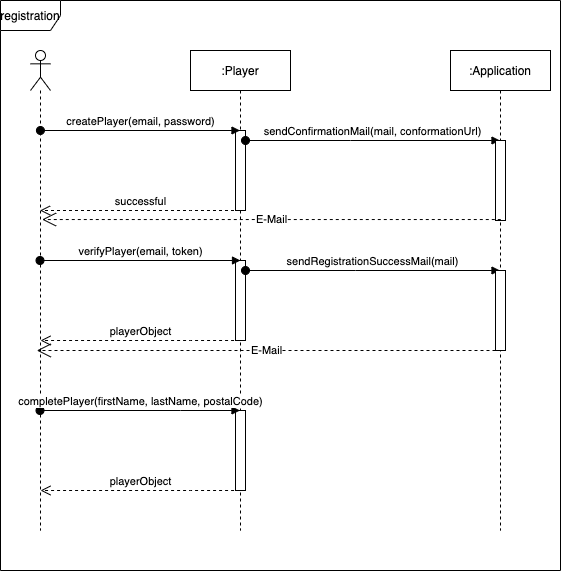
The draw.io diagram doku/6_1_registration.drawio.png in Skanky0815/playtime, before a commit. Source tidied: cells renumbered, new cells last; positions are measured from the earlier drawing's top-left corner, leaving out a move shared by most shapes.
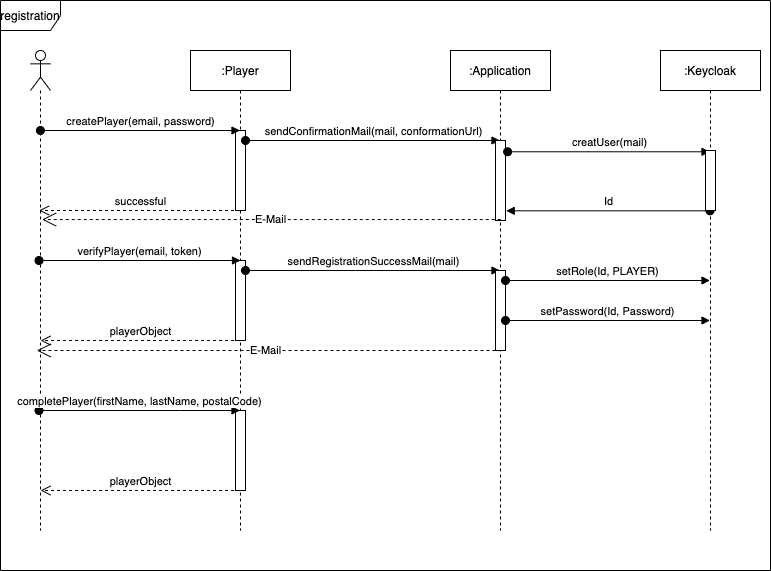
The same file after the commit.

The edit, as a diff of the source:
```diff
@@ -2,6 +2,9 @@
   <root>
     <mxCell id="0" />
     <mxCell id="1" parent="0" />
+    <mxCell id="20" value="registration" style="shape=umlFrame;whiteSpace=wrap;html=1;sketch=0;shadow=0;perimeterSpacing=0;" parent="1" vertex="1">
+      <mxGeometry width="770" height="570" as="geometry" />
+    </mxCell>
     <mxCell id="2" style="shape=umlLifeline;participant=umlActor;perimeter=lifelinePerimeter;whiteSpace=wrap;html=1;verticalAlign=top;spacingTop=36;outlineConnect=0;" parent="1" vertex="1">
       <mxGeometry x="30" y="50" width="20" height="480" as="geometry" />
     </mxCell>
@@ -94,8 +97,28 @@
         <mxPoint x="36.3" y="350" as="targetPoint" />
       </mxGeometry>
     </mxCell>
-    <mxCell id="20" value="registration" style="shape=umlFrame;whiteSpace=wrap;html=1;sketch=0;shadow=0;perimeterSpacing=0;" parent="1" vertex="1">
-      <mxGeometry width="560" height="570" as="geometry" />
-    </mxCell>
+    <mxCell id="21" value=":Keycloak" style="shape=umlLifeline;perimeter=lifelinePerimeter;whiteSpace=wrap;html=1;outlineConnect=0;" parent="1" vertex="1">
+      <mxGeometry x="660" y="50" width="100" height="480" as="geometry" />
+    </mxCell>
+    <mxCell id="22" value="creatUser(mail)" style="html=1;verticalAlign=bottom;startArrow=oval;startFill=1;endArrow=block;startSize=8;exitX=1.214;exitY=0.141;exitDx=0;exitDy=0;exitPerimeter=0;" parent="1" edge="1" source="16" target="21">
+      <mxGeometry relative="1" as="geometry" />
+    </mxCell>
+    <mxCell id="23" value="Id" style="html=1;verticalAlign=bottom;startArrow=oval;startFill=1;endArrow=block;startSize=8;entryX=1.071;entryY=0.879;entryDx=0;entryDy=0;entryPerimeter=0;" parent="1" edge="1" source="21" target="16">
+      <mxGeometry relative="1" as="geometry" />
+    </mxCell>
+    <mxCell id="24" value="setRole(Id, PLAYER)" style="html=1;verticalAlign=bottom;startArrow=oval;startFill=1;endArrow=block;startSize=8;exitX=1.214;exitY=0.141;exitDx=0;exitDy=0;exitPerimeter=0;" parent="1" edge="1" target="21">
+      <mxGeometry relative="1" as="geometry">
+        <mxPoint x="505" y="280" as="sourcePoint" />
+      </mxGeometry>
+    </mxCell>
+    <mxCell id="25" value="setPassword(Id, Password)" style="html=1;verticalAlign=bottom;startArrow=oval;startFill=1;endArrow=block;startSize=8;exitX=1.214;exitY=0.141;exitDx=0;exitDy=0;exitPerimeter=0;" parent="1" edge="1">
+      <mxGeometry relative="1" as="geometry">
+        <mxPoint x="505" y="320" as="sourcePoint" />
+        <mxPoint x="709.5" y="320" as="targetPoint" />
+      </mxGeometry>
+    </mxCell>
+    <mxCell id="26" style="html=1;perimeter=orthogonalPerimeter;" parent="1" vertex="1">
+      <mxGeometry x="705" y="150" width="10" height="60" as="geometry" />
+    </mxCell>
   </root>
 </mxGraphModel>
```
